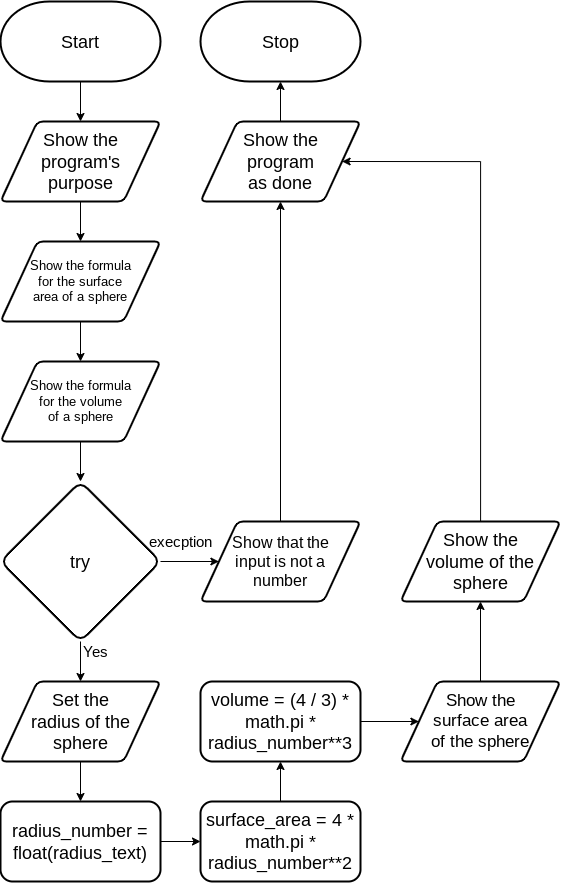
Earlier version of the draw.io export design/flowchart.png (CristianoSellitto/ICS3U-Assignment6-Python). Source tidied: cells renumbered, new cells last; positions are measured from the earlier drawing's top-left corner, leaving out a move shared by most shapes.
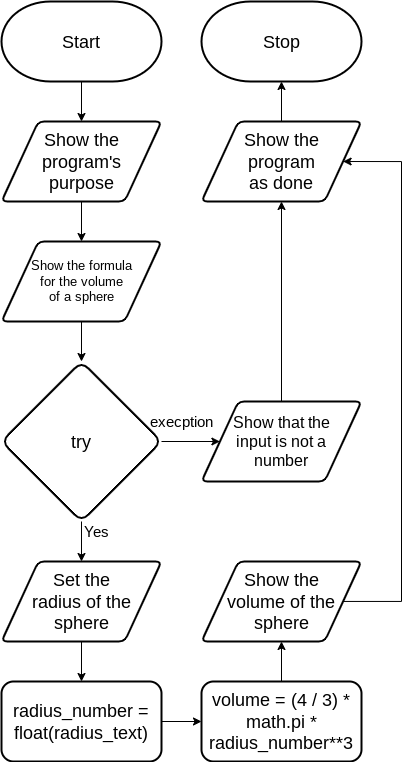
Later version of the same file.

Commit message:
Removed surface area function

What changed in the source:
```diff
@@ -3,21 +3,21 @@
     <mxCell id="0" />
     <mxCell id="1" parent="0" />
     <mxCell id="2" value="&lt;font style=&quot;font-size: 18px&quot;&gt;Start&lt;/font&gt;" style="strokeWidth=2;html=1;shape=mxgraph.flowchart.terminator;whiteSpace=wrap;" parent="1" vertex="1">
-      <mxGeometry width="160" height="80" as="geometry" />
+      <mxGeometry y="120" width="160" height="80" as="geometry" />
     </mxCell>
     <mxCell id="3" value="&lt;font style=&quot;font-size: 18px&quot;&gt;Stop&lt;/font&gt;" style="strokeWidth=2;html=1;shape=mxgraph.flowchart.terminator;whiteSpace=wrap;" parent="1" vertex="1">
-      <mxGeometry x="200" width="160" height="80" as="geometry" />
+      <mxGeometry x="200" y="120" width="160" height="80" as="geometry" />
     </mxCell>
     <mxCell id="4" style="edgeStyle=none;html=1;entryX=0.5;entryY=1;entryDx=0;entryDy=0;entryPerimeter=0;fontFamily=Helvetica;fontSize=15;fontColor=default;" parent="1" edge="1" source="5" target="3">
       <mxGeometry relative="1" as="geometry" />
     </mxCell>
     <mxCell id="5" value="Show the &lt;br&gt;program &lt;br&gt;as done" style="shape=parallelogram;html=1;strokeWidth=2;perimeter=parallelogramPerimeter;whiteSpace=wrap;rounded=1;arcSize=12;size=0.23;fontSize=18;" parent="1" vertex="1">
-      <mxGeometry x="200" y="120" width="160" height="80" as="geometry" />
+      <mxGeometry x="200" y="240" width="160" height="80" as="geometry" />
     </mxCell>
     <mxCell id="6" style="edgeStyle=none;html=1;entryX=0.5;entryY=0;entryDx=0;entryDy=0;" parent="1" edge="1">
       <mxGeometry relative="1" as="geometry">
-        <mxPoint x="80" y="80" as="sourcePoint" />
-        <mxPoint x="80" y="120" as="targetPoint" />
+        <mxPoint x="80" y="200" as="sourcePoint" />
+        <mxPoint x="80" y="240" as="targetPoint" />
       </mxGeometry>
     </mxCell>
     <mxCell id="7" style="edgeStyle=none;html=1;entryX=0.5;entryY=0;entryDx=0;entryDy=0;fontSize=18;" parent="1" edge="1" source="9">
@@ -37,24 +37,22 @@
     <mxCell id="11" value="&lt;font style=&quot;font-size: 15px&quot;&gt;execption&lt;br&gt;&lt;/font&gt;" style="text;html=1;align=center;verticalAlign=middle;strokeColor=none;fillColor=none;fontSize=8;fontFamily=Helvetica;fontColor=default;" parent="1" vertex="1">
       <mxGeometry x="140" y="530" width="80" height="20" as="geometry" />
     </mxCell>
-    <mxCell id="12" style="edgeStyle=none;html=1;fontSize=16;" parent="1" edge="1" source="13" target="25">
-      <mxGeometry relative="1" as="geometry" />
+    <mxCell id="12" style="edgeStyle=none;html=1;fontSize=16;" parent="1" edge="1" source="13">
+      <mxGeometry relative="1" as="geometry">
+        <mxPoint x="200" y="840" as="targetPoint" />
+      </mxGeometry>
     </mxCell>
     <mxCell id="13" value="radius_number = float(radius_text)" style="rounded=1;whiteSpace=wrap;html=1;strokeWidth=2;fontSize=18;" parent="1" vertex="1">
       <mxGeometry y="800" width="160" height="80" as="geometry" />
     </mxCell>
-    <mxCell id="14" style="edgeStyle=none;html=1;entryX=0.5;entryY=0;entryDx=0;entryDy=0;fontSize=13;" parent="1" edge="1" source="15" target="17">
-      <mxGeometry relative="1" as="geometry" />
+    <mxCell id="14" style="edgeStyle=none;html=1;entryX=0.5;entryY=0;entryDx=0;entryDy=0;fontSize=13;" parent="1" edge="1" source="15">
+      <mxGeometry relative="1" as="geometry">
+        <mxPoint x="80" y="360" as="targetPoint" />
+      </mxGeometry>
     </mxCell>
     <mxCell id="15" value="Show the program's&lt;br&gt;purpose" style="shape=parallelogram;html=1;strokeWidth=2;perimeter=parallelogramPerimeter;whiteSpace=wrap;rounded=1;arcSize=12;size=0.23;fontSize=18;" parent="1" vertex="1">
-      <mxGeometry y="120" width="160" height="80" as="geometry" />
+      <mxGeometry y="240" width="160" height="80" as="geometry" />
     </mxCell>
-    <mxCell id="16" style="edgeStyle=none;html=1;entryX=0.5;entryY=0;entryDx=0;entryDy=0;fontSize=17;" parent="1" edge="1" source="17" target="19">
-      <mxGeometry relative="1" as="geometry" />
-    </mxCell>
-    <mxCell id="17" value="Show the formula &lt;br style=&quot;font-size: 13px;&quot;&gt;for the surface&lt;br style=&quot;font-size: 13px;&quot;&gt;area of a sphere" style="shape=parallelogram;html=1;strokeWidth=2;perimeter=parallelogramPerimeter;whiteSpace=wrap;rounded=1;arcSize=12;size=0.23;fontSize=13;" parent="1" vertex="1">
-      <mxGeometry y="240" width="160" height="80" as="geometry" />
-    </mxCell>
     <mxCell id="18" style="edgeStyle=none;html=1;entryX=0.5;entryY=0;entryDx=0;entryDy=0;fontSize=18;" parent="1" edge="1" source="19">
       <mxGeometry relative="1" as="geometry">
         <mxPoint x="80" y="480" as="targetPoint" />
@@ -75,33 +73,22 @@
     <mxCell id="23" value="Set the&lt;br&gt;radius of the sphere" style="shape=parallelogram;html=1;strokeWidth=2;perimeter=parallelogramPerimeter;whiteSpace=wrap;rounded=1;arcSize=12;size=0.23;fontSize=18;" parent="1" vertex="1">
       <mxGeometry y="680" width="160" height="80" as="geometry" />
     </mxCell>
-    <mxCell id="24" style="edgeStyle=none;html=1;entryX=0.5;entryY=1;entryDx=0;entryDy=0;fontSize=16;" parent="1" edge="1" source="25" target="27">
-      <mxGeometry relative="1" as="geometry" />
-    </mxCell>
-    <mxCell id="25" value="surface_area = 4 * math.pi * radius_number**2" style="rounded=1;whiteSpace=wrap;html=1;strokeWidth=2;fontSize=18;" parent="1" vertex="1">
-      <mxGeometry x="200" y="800" width="160" height="80" as="geometry" />
-    </mxCell>
-    <mxCell id="26" style="edgeStyle=none;html=1;entryX=0;entryY=0.5;entryDx=0;entryDy=0;fontSize=18;" parent="1" edge="1" source="27" target="29">
-      <mxGeometry relative="1" as="geometry" />
-    </mxCell>
+    <mxCell id="32" style="edgeStyle=none;html=1;entryX=0.5;entryY=1;entryDx=0;entryDy=0;" parent="1" edge="1" source="27" target="31">
+      <mxGeometry relative="1" as="geometry" />
+    </mxCell>
     <mxCell id="27" value="volume = (4 / 3) * math.pi * radius_number**3" style="rounded=1;whiteSpace=wrap;html=1;strokeWidth=2;fontSize=18;" parent="1" vertex="1">
-      <mxGeometry x="200" y="680" width="160" height="80" as="geometry" />
+      <mxGeometry x="200" y="800" width="160" height="80" as="geometry" />
     </mxCell>
-    <mxCell id="28" style="edgeStyle=none;html=1;fontSize=18;" parent="1" edge="1" source="29" target="31">
-      <mxGeometry relative="1" as="geometry" />
-    </mxCell>
-    <mxCell id="29" value="Show the&lt;br style=&quot;font-size: 17px;&quot;&gt;surface area&lt;br style=&quot;font-size: 17px;&quot;&gt;of the sphere" style="shape=parallelogram;html=1;strokeWidth=2;perimeter=parallelogramPerimeter;whiteSpace=wrap;rounded=1;arcSize=12;size=0.23;fontSize=17;" parent="1" vertex="1">
-      <mxGeometry x="400" y="680" width="160" height="80" as="geometry" />
-    </mxCell>
     <mxCell id="30" style="edgeStyle=orthogonalEdgeStyle;html=1;fontSize=18;entryX=1;entryY=0.5;entryDx=0;entryDy=0;rounded=0;" parent="1" edge="1" source="31" target="5">
       <mxGeometry relative="1" as="geometry">
         <Array as="points">
-          <mxPoint x="480" y="160" />
+          <mxPoint x="400" y="720" />
+          <mxPoint x="400" y="280" />
         </Array>
       </mxGeometry>
     </mxCell>
     <mxCell id="31" value="Show the&lt;br style=&quot;font-size: 18px&quot;&gt;volume of the sphere" style="shape=parallelogram;html=1;strokeWidth=2;perimeter=parallelogramPerimeter;whiteSpace=wrap;rounded=1;arcSize=12;size=0.23;fontSize=18;" parent="1" vertex="1">
-      <mxGeometry x="400" y="520" width="160" height="80" as="geometry" />
+      <mxGeometry x="200" y="680" width="160" height="80" as="geometry" />
     </mxCell>
   </root>
 </mxGraphModel>
```
